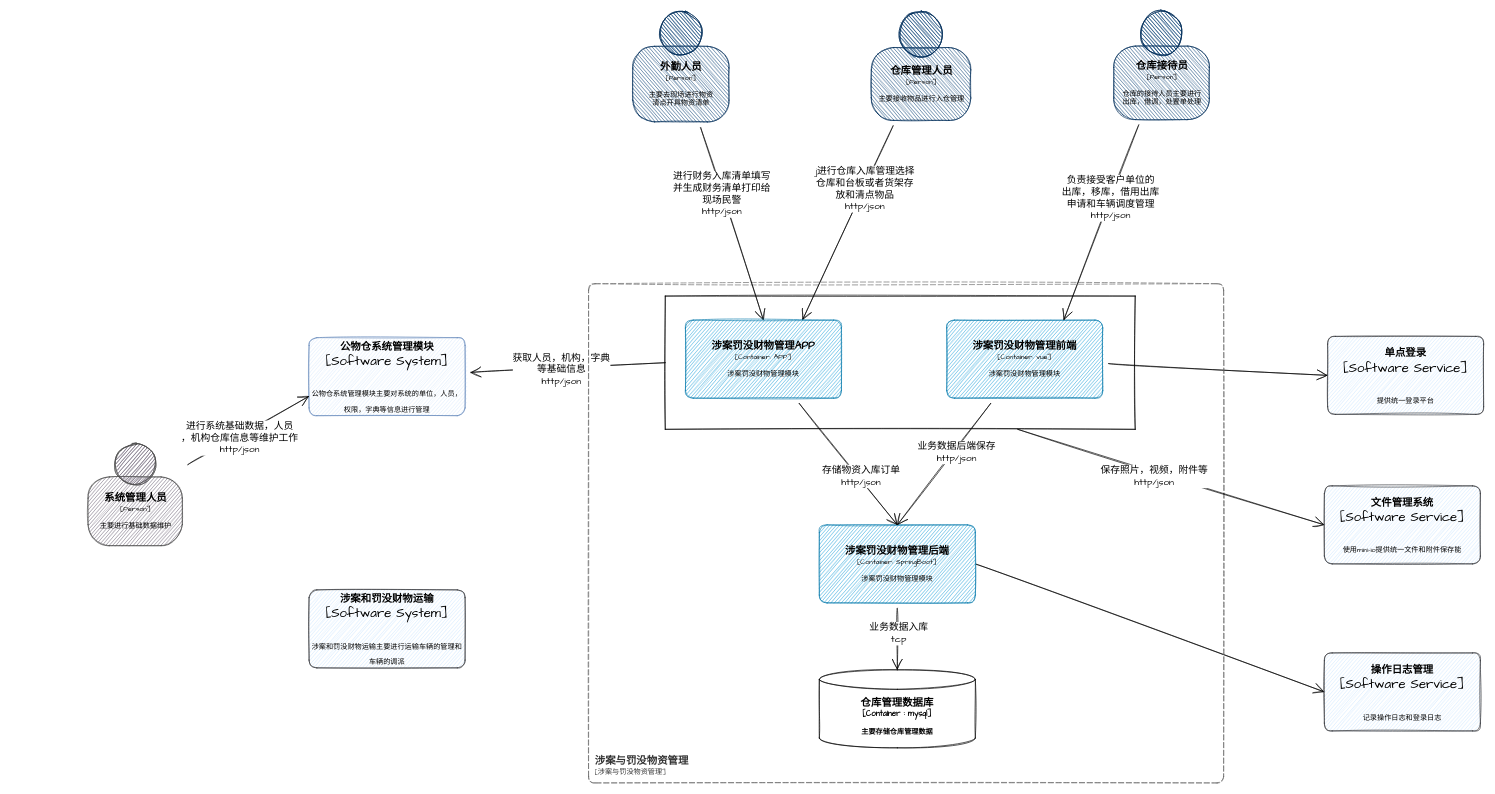
chensiyu123456/drawio-files keeps this draw.io diagram as page "涉案和罚没物资管理模块C4设计图" (3 of 5) of 仓库管理.drawio. Above is the earlier version. Source tidied: cells renumbered, new cells numbered last; positions are measured from the earlier drawing's top-left corner, leaving out a move shared by most shapes. Both pictures are drawn from the tidied source at 65%, with x=0, y=0 at pixel (88, 11).
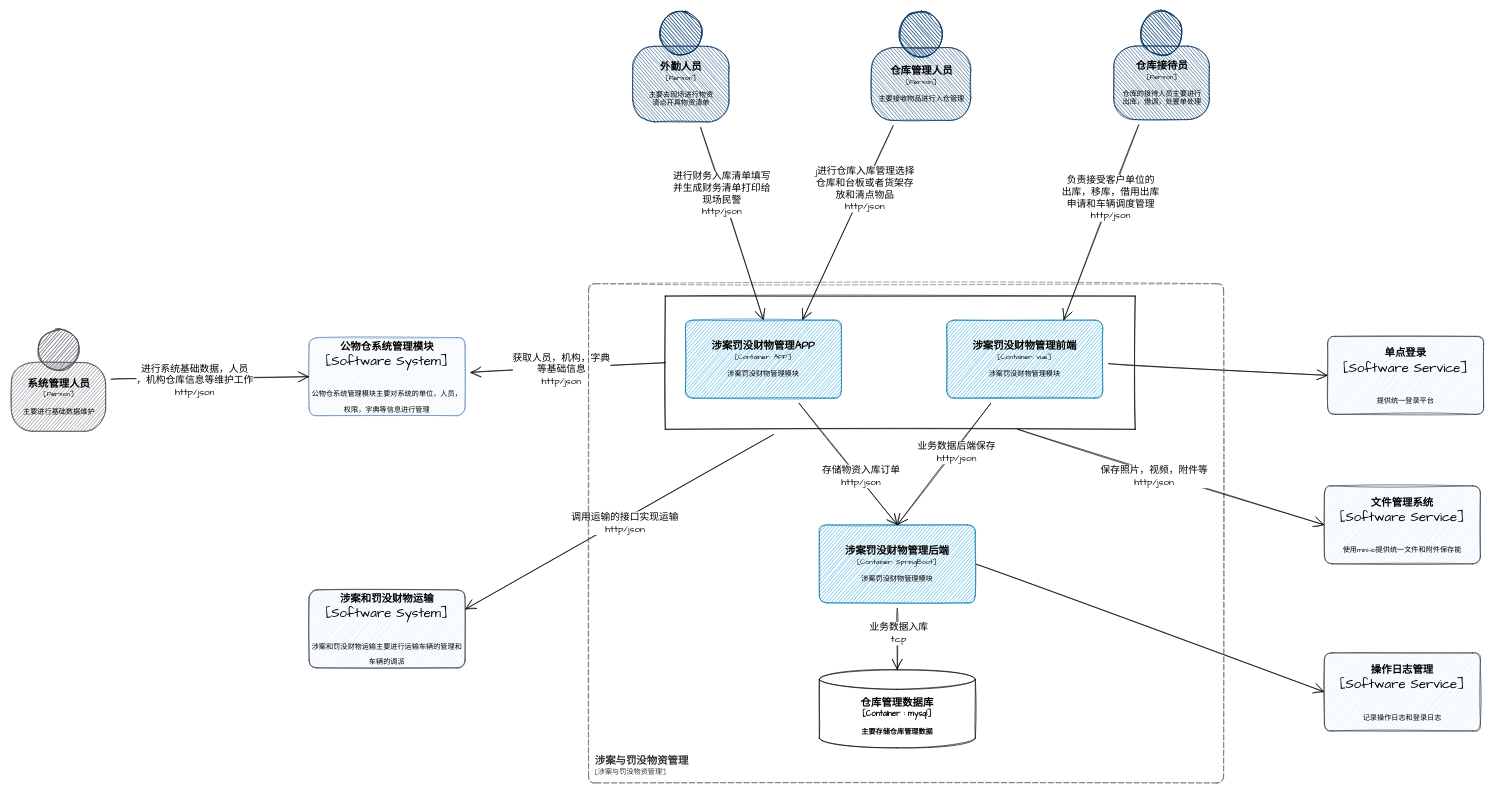
After the change.

Unchanged cells that the change refers to:
```xml
<mxCell id="2" style="rounded=0;whiteSpace=wrap;html=1;sketch=1;hachureGap=4;fontFamily=Architects Daughter;fontSize=15;fontColor=#000000;" parent="1" vertex="1">
  <mxGeometry x="888" y="438" width="723" height="205" as="geometry" />
</mxCell>
<object id="13" label="&lt;font style=&quot;font-size: 16px&quot;&gt;&lt;b&gt;%c4Name%&lt;/b&gt;&lt;/font&gt;&lt;div&gt;[%c4Type%]&lt;/div&gt;&lt;br&gt;&lt;div&gt;&lt;font style=&quot;font-size: 11px&quot;&gt;&lt;font&gt;%c4Description%&lt;/font&gt;&lt;/font&gt;&lt;/div&gt;" c4Description="公物仓系统管理模块主要对系统的单位，人员，权限，字典等信息进行管理" c4Name="公物仓系统管理模块" c4Type="Software System" placeholders="1">
  <mxCell style="rounded=1;whiteSpace=wrap;html=1;labelBackgroundColor=none;fillColor=#dae8fc;align=center;arcSize=10;strokeColor=#6c8ebf;points=[[0.25,0,0],[0.5,0,0],[0.75,0,0],[1,0.25,0],[1,0.5,0],[1,0.75,0],[0.75,1,0],[0.5,1,0],[0.25,1,0],[0,0.75,0],[0,0.5,0],[0,0.25,0]];sketch=1;hachureGap=4;fontFamily=Architects Daughter;fontSize=20;" parent="1" vertex="1">
    <mxGeometry x="340" y="502" width="240" height="120" as="geometry" />
  </mxCell>
</object>
<object id="14" label="&lt;font style=&quot;font-size: 16px&quot;&gt;&lt;b&gt;%c4Name%&lt;/b&gt;&lt;/font&gt;&lt;div&gt;[%c4Type%]&lt;/div&gt;&lt;br&gt;&lt;div&gt;&lt;font style=&quot;font-size: 11px&quot;&gt;&lt;font&gt;%c4Description%&lt;/font&gt;&lt;/font&gt;&lt;/div&gt;" c4Description="涉案和罚没财物运输主要进行运输车辆的管理和车辆的调派" c4Name="涉案和罚没财物运输" c4Type="Software System" placeholders="1">
  <mxCell style="rounded=1;whiteSpace=wrap;html=1;labelBackgroundColor=none;fillColor=#cce5ff;align=center;arcSize=10;strokeColor=#36393d;points=[[0.25,0,0],[0.5,0,0],[0.75,0,0],[1,0.25,0],[1,0.5,0],[1,0.75,0],[0.75,1,0],[0.5,1,0],[0.25,1,0],[0,0.75,0],[0,0.5,0],[0,0.25,0]];sketch=1;hachureGap=4;fontFamily=Architects Daughter;fontSize=20;" parent="1" vertex="1">
    <mxGeometry x="340" y="890" width="240" height="120" as="geometry" />
  </mxCell>
</object>
```

The edit, as a diff of the source:
```diff
@@
+    <mxCell id="38" style="edgeStyle=none;rounded=0;sketch=1;hachureGap=4;jumpStyle=arc;jumpSize=9;jettySize=auto;html=1;entryX=1;entryY=0.25;entryDx=0;entryDy=0;entryPerimeter=0;labelBackgroundColor=none;fontFamily=Architects Daughter;fontSize=15;fontColor=#000000;startArrow=none;startFill=0;endArrow=open;endFill=0;startSize=14;endSize=14;sourcePerimeterSpacing=8;targetPerimeterSpacing=8;" parent="1" edge="1" source="2" target="14">
+      <mxGeometry relative="1" as="geometry" />
+    </mxCell>
+    <mxCell id="39" value="调用运输的接口实现运输&lt;br&gt;http/json" style="edgeLabel;html=1;align=center;verticalAlign=middle;fontSize=15;fontFamily=Architects Daughter;fontColor=#000000;" parent="38" vertex="1">
+      <mxGeometry x="-0.03" y="4" relative="1" as="geometry">
+        <mxPoint y="1" as="offset" />
+      </mxGeometry>
+    </mxCell>
@@
-    <mxCell id="25" style="edgeStyle=none;curved=1;rounded=0;sketch=1;hachureGap=4;jettySize=auto;html=1;entryX=0;entryY=0.75;entryDx=0;entryDy=0;entryPerimeter=0;fontFamily=Architects Daughter;fontSize=15;fontColor=#000000;endArrow=open;startSize=14;endSize=14;sourcePerimeterSpacing=8;targetPerimeterSpacing=8;" parent="1" edge="1" source="27" target="13">
+    <mxCell id="25" style="edgeStyle=none;curved=1;rounded=0;sketch=1;hachureGap=4;jettySize=auto;html=1;entryX=0;entryY=0.5;entryDx=0;entryDy=0;entryPerimeter=0;fontFamily=Architects Daughter;fontSize=15;fontColor=#000000;endArrow=open;startSize=14;endSize=14;sourcePerimeterSpacing=8;targetPerimeterSpacing=8;" parent="1" edge="1" source="27" target="13">
       <mxGeometry relative="1" as="geometry" />
     </mxCell>
@@
     <object id="27" label="&lt;font style=&quot;font-size: 16px&quot;&gt;&lt;b&gt;%c4Name%&lt;/b&gt;&lt;/font&gt;&lt;div&gt;[%c4Type%]&lt;/div&gt;&lt;br&gt;&lt;div&gt;&lt;font style=&quot;font-size: 11px&quot;&gt;&lt;font&gt;%c4Description%&lt;/font&gt;&lt;/font&gt;&lt;/div&gt;" c4Description="主要进行基础数据维护" c4Name="系统管理人员" c4Type="Person" placeholders="1">
       <mxCell style="html=1;fontSize=11;dashed=0;whitespace=wrap;fillColor=#6C6477;strokeColor=#4D4D4D;fontColor=#000000;shape=mxgraph.c4.person2;align=center;points=[[0.5,0,0],[1,0.5,0],[1,0.75,0],[0.75,1,0],[0.5,1,0],[0.25,1,0],[0,0.75,0],[0,0.5,0]];sketch=1;hachureGap=4;fontFamily=Architects Daughter;" parent="1" vertex="1">
-        <mxGeometry y="664" width="145" height="158" as="geometry" />
+        <mxGeometry x="-118" y="488" width="145" height="158" as="geometry" />
       </mxCell>
     </object>
```
